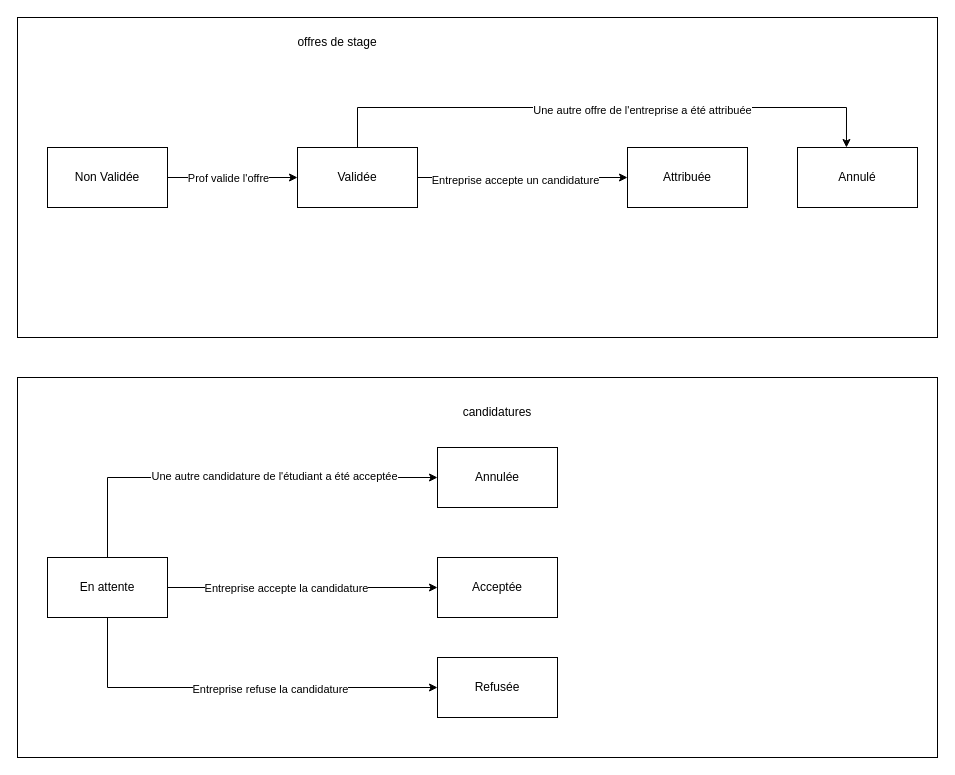
This is états.drawio from LucasLouies/BD2_Projet, a draw.io file, before an edit. Source tidied: cells renumbered, new cells numbered last; positions are measured from the earlier drawing's top-left corner, leaving out a move shared by most shapes. Both pictures are drawn from the tidied source at 100%, with x=0, y=0 at pixel (17, 17).
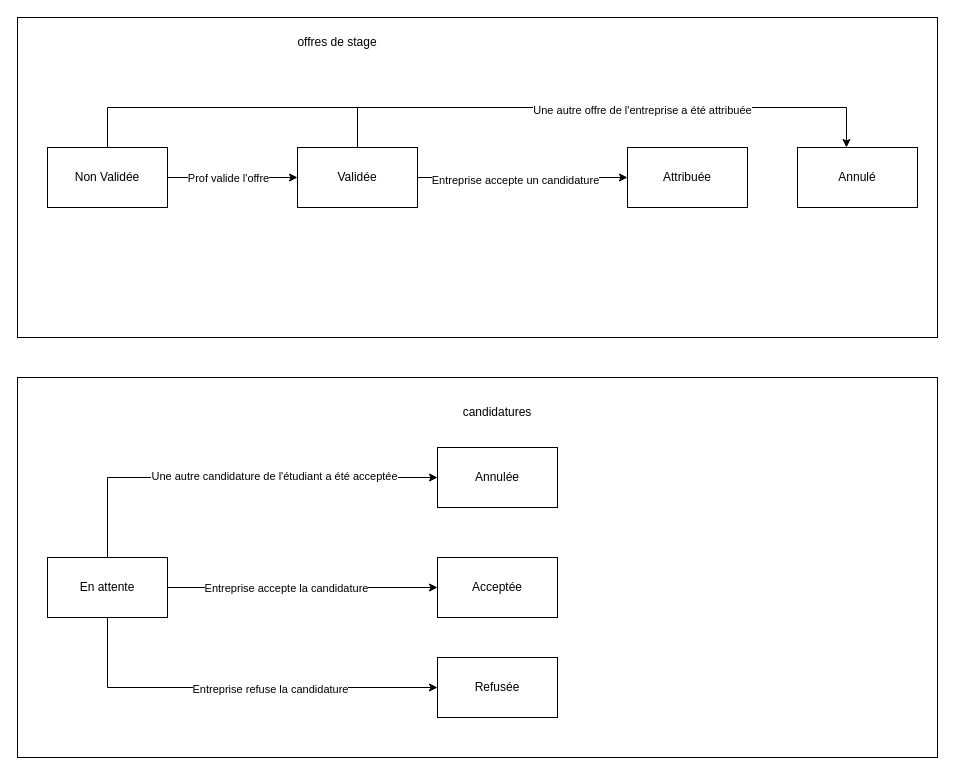
The same diagram, later.

Commit message (it also covers changes not shown here):
fin de seance

The change refers to these unchanged cells:
```xml
<mxCell id="8" value="Non Validée" style="rounded=0;whiteSpace=wrap;html=1;" parent="1" vertex="1">
  <mxGeometry x="30" y="130" width="120" height="60" as="geometry" />
</mxCell>
```

Diff of the diagram source:
```diff
@@
+    <mxCell id="26" style="edgeStyle=orthogonalEdgeStyle;rounded=0;jettySize=auto;html=1;endArrow=none;endFill=0;" parent="1" edge="1" source="8">
+      <mxGeometry relative="1" as="geometry">
+        <mxPoint x="465.9" y="90" as="targetPoint" />
+        <Array as="points">
+          <mxPoint x="90" y="90" />
+        </Array>
+      </mxGeometry>
+    </mxCell>
```
